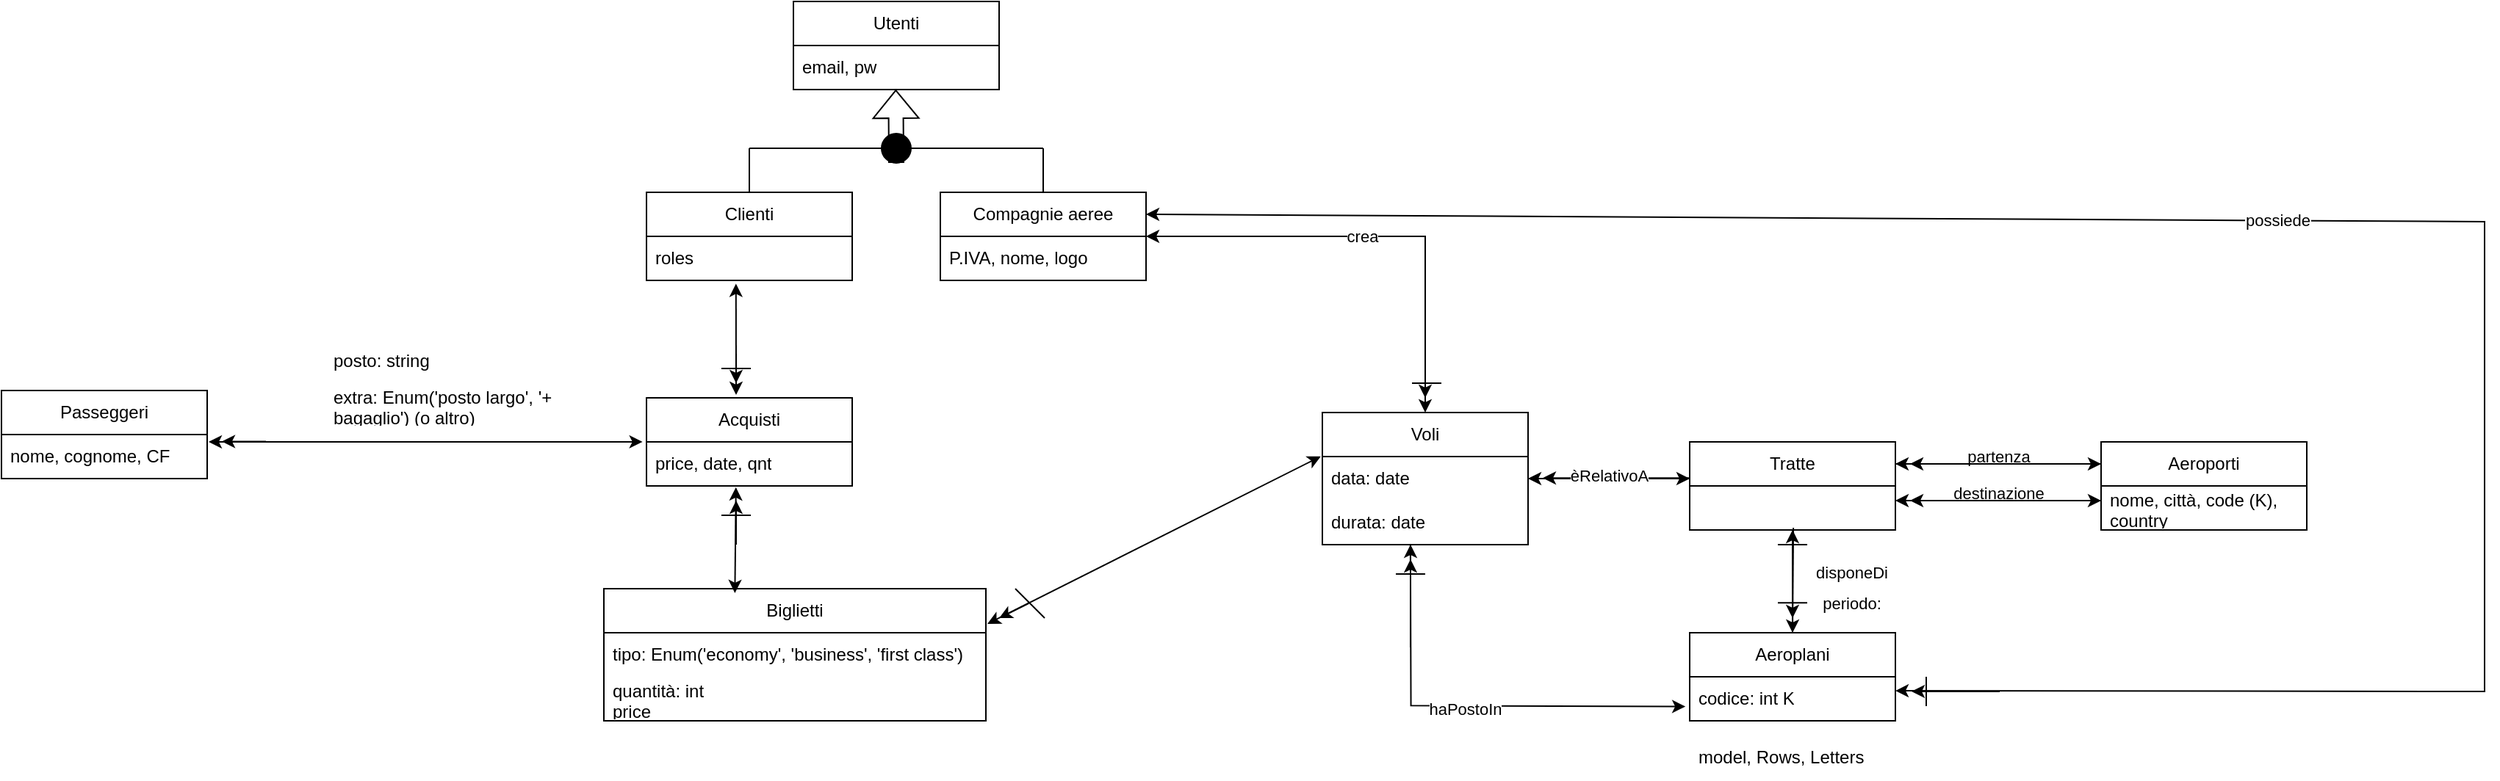
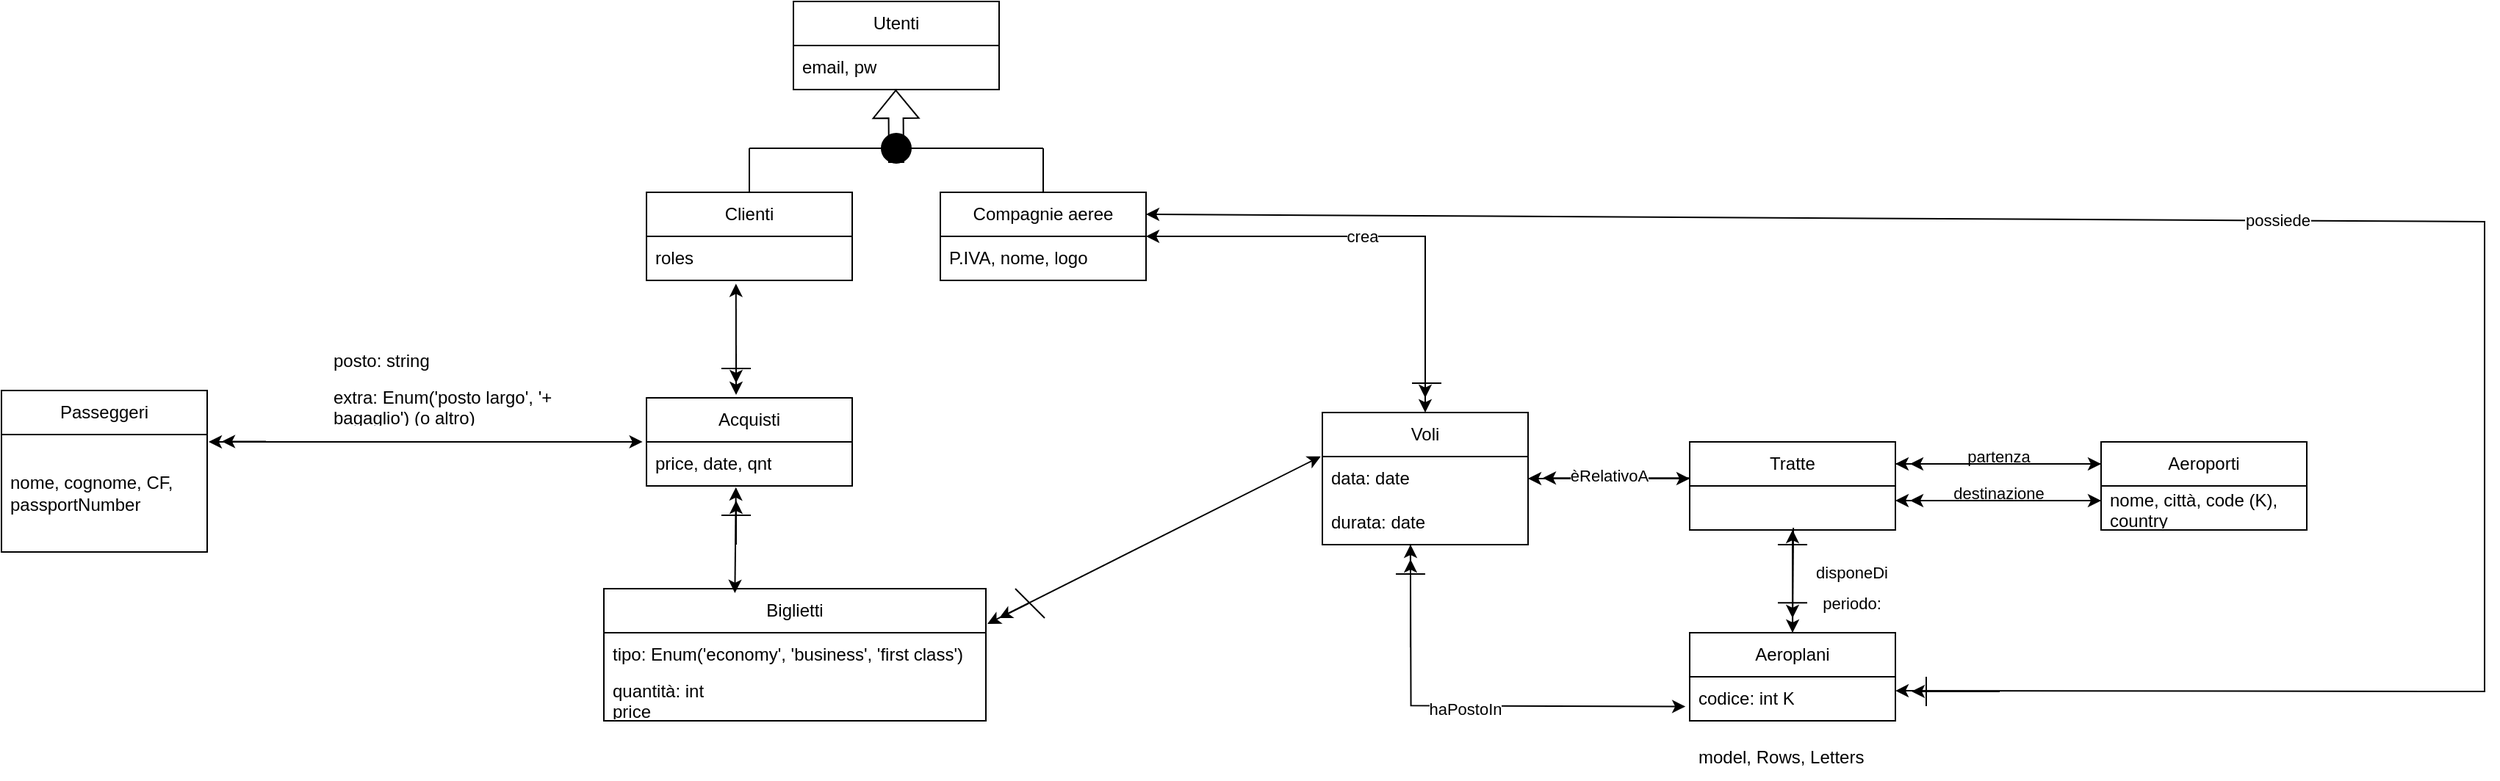
<mxfile host="65bd71144e">
    <diagram name="Pagina-1" id="Y2F9K8NCZ-bAOCw_idQH">
-         <mxGraphModel dx="2294" dy="2109" grid="1" gridSize="10" guides="1" tooltips="1" connect="1" arrows="1" fold="1" page="1" pageScale="1" pageWidth="1169" pageHeight="827" background="none" math="0" shadow="0">
+         <mxGraphModel dx="2018" dy="2403" grid="1" gridSize="10" guides="1" tooltips="1" connect="1" arrows="1" fold="1" page="1" pageScale="1" pageWidth="1169" pageHeight="827" background="none" math="0" shadow="0">
            <root>
                <mxCell id="0"/>
                <mxCell id="1" parent="0"/>
                <mxCell id="_ETjs5SsKa_0tdBlZnar-3" value="Utenti" style="swimlane;fontStyle=0;childLayout=stackLayout;horizontal=1;startSize=30;horizontalStack=0;resizeParent=1;resizeParentMax=0;resizeLast=0;collapsible=1;marginBottom=0;whiteSpace=wrap;html=1;" parent="1" vertex="1">
                    <mxGeometry x="119" y="-1600" width="140" height="60" as="geometry"/>
                </mxCell>
                <mxCell id="_ETjs5SsKa_0tdBlZnar-4" value="email, pw" style="text;strokeColor=none;fillColor=none;align=left;verticalAlign=middle;spacingLeft=4;spacingRight=4;overflow=hidden;points=[[0,0.5],[1,0.5]];portConstraint=eastwest;rotatable=0;whiteSpace=wrap;html=1;" parent="_ETjs5SsKa_0tdBlZnar-3" vertex="1">
                    <mxGeometry y="30" width="140" height="30" as="geometry"/>
                </mxCell>
                <mxCell id="_ETjs5SsKa_0tdBlZnar-15" value="Clienti" style="swimlane;fontStyle=0;childLayout=stackLayout;horizontal=1;startSize=30;horizontalStack=0;resizeParent=1;resizeParentMax=0;resizeLast=0;collapsible=1;marginBottom=0;whiteSpace=wrap;html=1;" parent="1" vertex="1">
                    <mxGeometry x="19" y="-1470" width="140" height="60" as="geometry"/>
                </mxCell>
                <mxCell id="31" value="roles" style="text;strokeColor=none;fillColor=none;align=left;verticalAlign=middle;spacingLeft=4;spacingRight=4;overflow=hidden;points=[[0,0.5],[1,0.5]];portConstraint=eastwest;rotatable=0;whiteSpace=wrap;html=1;" parent="_ETjs5SsKa_0tdBlZnar-15" vertex="1">
                    <mxGeometry y="30" width="140" height="30" as="geometry"/>
                </mxCell>
                <mxCell id="_ETjs5SsKa_0tdBlZnar-17" value="Compagnie aeree" style="swimlane;fontStyle=0;childLayout=stackLayout;horizontal=1;startSize=30;horizontalStack=0;resizeParent=1;resizeParentMax=0;resizeLast=0;collapsible=1;marginBottom=0;whiteSpace=wrap;html=1;" parent="1" vertex="1">
                    <mxGeometry x="219" y="-1470" width="140" height="60" as="geometry"/>
                </mxCell>
                <mxCell id="_ETjs5SsKa_0tdBlZnar-18" value="P.IVA, nome, logo" style="text;strokeColor=none;fillColor=none;align=left;verticalAlign=middle;spacingLeft=4;spacingRight=4;overflow=hidden;points=[[0,0.5],[1,0.5]];portConstraint=eastwest;rotatable=0;whiteSpace=wrap;html=1;" parent="_ETjs5SsKa_0tdBlZnar-17" vertex="1">
                    <mxGeometry y="30" width="140" height="30" as="geometry"/>
                </mxCell>
                <mxCell id="_ETjs5SsKa_0tdBlZnar-19" value="Tratte" style="swimlane;fontStyle=0;childLayout=stackLayout;horizontal=1;startSize=30;horizontalStack=0;resizeParent=1;resizeParentMax=0;resizeLast=0;collapsible=1;marginBottom=0;whiteSpace=wrap;html=1;" parent="1" vertex="1">
                    <mxGeometry x="729" y="-1300" width="140" height="60" as="geometry"/>
                </mxCell>
                <mxCell id="_ETjs5SsKa_0tdBlZnar-21" value="Aeroplani" style="swimlane;fontStyle=0;childLayout=stackLayout;horizontal=1;startSize=30;horizontalStack=0;resizeParent=1;resizeParentMax=0;resizeLast=0;collapsible=1;marginBottom=0;whiteSpace=wrap;html=1;" parent="1" vertex="1">
                    <mxGeometry x="729" y="-1170" width="140" height="60" as="geometry"/>
                </mxCell>
                <mxCell id="_ETjs5SsKa_0tdBlZnar-22" value="codice: int K" style="text;strokeColor=none;fillColor=none;align=left;verticalAlign=middle;spacingLeft=4;spacingRight=4;overflow=hidden;points=[[0,0.5],[1,0.5]];portConstraint=eastwest;rotatable=0;whiteSpace=wrap;html=1;" parent="_ETjs5SsKa_0tdBlZnar-21" vertex="1">
                    <mxGeometry y="30" width="140" height="30" as="geometry"/>
                </mxCell>
                <mxCell id="_ETjs5SsKa_0tdBlZnar-23" value="Aeroporti" style="swimlane;fontStyle=0;childLayout=stackLayout;horizontal=1;startSize=30;horizontalStack=0;resizeParent=1;resizeParentMax=0;resizeLast=0;collapsible=1;marginBottom=0;whiteSpace=wrap;html=1;" parent="1" vertex="1">
                    <mxGeometry x="1009" y="-1300" width="140" height="60" as="geometry"/>
                </mxCell>
                <mxCell id="_ETjs5SsKa_0tdBlZnar-24" value="nome, città, code (K), country" style="text;strokeColor=none;fillColor=none;align=left;verticalAlign=middle;spacingLeft=4;spacingRight=4;overflow=hidden;points=[[0,0.5],[1,0.5]];portConstraint=eastwest;rotatable=0;whiteSpace=wrap;html=1;" parent="_ETjs5SsKa_0tdBlZnar-23" vertex="1">
                    <mxGeometry y="30" width="140" height="30" as="geometry"/>
                </mxCell>
                <mxCell id="_ETjs5SsKa_0tdBlZnar-25" value="" style="endArrow=classic;html=1;rounded=0;exitX=1;exitY=0.25;exitDx=0;exitDy=0;entryX=0;entryY=0.25;entryDx=0;entryDy=0;" parent="1" source="_ETjs5SsKa_0tdBlZnar-19" target="_ETjs5SsKa_0tdBlZnar-23" edge="1">
                    <mxGeometry width="50" height="50" relative="1" as="geometry">
                        <mxPoint x="709" y="-1000" as="sourcePoint"/>
                        <mxPoint x="759" y="-1050" as="targetPoint"/>
                    </mxGeometry>
                </mxCell>
                <mxCell id="_ETjs5SsKa_0tdBlZnar-27" value="" style="endArrow=classic;html=1;rounded=0;entryX=1;entryY=0.25;entryDx=0;entryDy=0;exitX=0;exitY=0.25;exitDx=0;exitDy=0;" parent="1" source="_ETjs5SsKa_0tdBlZnar-23" target="_ETjs5SsKa_0tdBlZnar-19" edge="1">
                    <mxGeometry width="50" height="50" relative="1" as="geometry">
                        <mxPoint x="709" y="-1000" as="sourcePoint"/>
                        <mxPoint x="759" y="-1050" as="targetPoint"/>
                    </mxGeometry>
                </mxCell>
                <mxCell id="_ETjs5SsKa_0tdBlZnar-28" value="partenza" style="edgeLabel;html=1;align=center;verticalAlign=middle;resizable=0;points=[];" parent="_ETjs5SsKa_0tdBlZnar-27" vertex="1" connectable="0">
                    <mxGeometry x="0.0872" y="2" relative="1" as="geometry">
                        <mxPoint x="6" y="-7" as="offset"/>
                    </mxGeometry>
                </mxCell>
                <mxCell id="_ETjs5SsKa_0tdBlZnar-29" value="" style="endArrow=classic;html=1;rounded=0;exitX=0;exitY=0.25;exitDx=0;exitDy=0;" parent="1" source="_ETjs5SsKa_0tdBlZnar-23" edge="1">
                    <mxGeometry width="50" height="50" relative="1" as="geometry">
                        <mxPoint x="709" y="-1000" as="sourcePoint"/>
                        <mxPoint x="879" y="-1285" as="targetPoint"/>
                    </mxGeometry>
                </mxCell>
                <mxCell id="_ETjs5SsKa_0tdBlZnar-30" value="" style="endArrow=classic;html=1;rounded=0;entryX=1;entryY=0.25;entryDx=0;entryDy=0;exitX=0;exitY=0.25;exitDx=0;exitDy=0;" parent="1" edge="1">
                    <mxGeometry width="50" height="50" relative="1" as="geometry">
                        <mxPoint x="1009" y="-1260" as="sourcePoint"/>
                        <mxPoint x="869" y="-1260" as="targetPoint"/>
                    </mxGeometry>
                </mxCell>
                <mxCell id="_ETjs5SsKa_0tdBlZnar-31" value="destinazione" style="edgeLabel;html=1;align=center;verticalAlign=middle;resizable=0;points=[];" parent="_ETjs5SsKa_0tdBlZnar-30" vertex="1" connectable="0">
                    <mxGeometry x="0.0872" y="2" relative="1" as="geometry">
                        <mxPoint x="6" y="-7" as="offset"/>
                    </mxGeometry>
                </mxCell>
                <mxCell id="_ETjs5SsKa_0tdBlZnar-32" value="" style="endArrow=classic;html=1;rounded=0;exitX=0;exitY=0.25;exitDx=0;exitDy=0;" parent="1" edge="1">
                    <mxGeometry width="50" height="50" relative="1" as="geometry">
                        <mxPoint x="1009" y="-1260" as="sourcePoint"/>
                        <mxPoint x="879" y="-1260" as="targetPoint"/>
                    </mxGeometry>
                </mxCell>
                <mxCell id="_ETjs5SsKa_0tdBlZnar-33" value="" style="endArrow=classic;html=1;rounded=0;exitX=1.007;exitY=0.333;exitDx=0;exitDy=0;exitPerimeter=0;" parent="1" edge="1">
                    <mxGeometry width="50" height="50" relative="1" as="geometry">
                        <mxPoint x="869.9799999999998" y="-1260.0100000000002" as="sourcePoint"/>
                        <mxPoint x="1009" y="-1260" as="targetPoint"/>
                    </mxGeometry>
                </mxCell>
                <mxCell id="_ETjs5SsKa_0tdBlZnar-34" value="" style="endArrow=classic;html=1;rounded=0;exitX=0.504;exitY=0.951;exitDx=0;exitDy=0;exitPerimeter=0;entryX=0.5;entryY=0;entryDx=0;entryDy=0;" parent="1" target="_ETjs5SsKa_0tdBlZnar-21" edge="1">
                    <mxGeometry width="50" height="50" relative="1" as="geometry">
                        <mxPoint x="799.56" y="-1241.47" as="sourcePoint"/>
                        <mxPoint x="719" y="-1050" as="targetPoint"/>
                    </mxGeometry>
                </mxCell>
                <mxCell id="_ETjs5SsKa_0tdBlZnar-36" value="" style="endArrow=classic;html=1;rounded=0;" parent="1" edge="1">
                    <mxGeometry width="50" height="50" relative="1" as="geometry">
                        <mxPoint x="799" y="-1240" as="sourcePoint"/>
                        <mxPoint x="799" y="-1180" as="targetPoint"/>
                    </mxGeometry>
                </mxCell>
                <mxCell id="_ETjs5SsKa_0tdBlZnar-38" value="disponeDi" style="edgeLabel;html=1;align=center;verticalAlign=middle;resizable=0;points=[];" parent="_ETjs5SsKa_0tdBlZnar-36" vertex="1" connectable="0">
                    <mxGeometry x="-0.0573" y="1" relative="1" as="geometry">
                        <mxPoint x="39" as="offset"/>
                    </mxGeometry>
                </mxCell>
                <mxCell id="_ETjs5SsKa_0tdBlZnar-40" value="periodo:" style="edgeLabel;html=1;align=center;verticalAlign=middle;resizable=0;points=[];" parent="1" vertex="1" connectable="0">
                    <mxGeometry x="839" y="-1190.0048717948719" as="geometry"/>
                </mxCell>
                <mxCell id="_ETjs5SsKa_0tdBlZnar-41" value="" style="endArrow=classic;html=1;rounded=0;" parent="1" edge="1">
                    <mxGeometry width="50" height="50" relative="1" as="geometry">
                        <mxPoint x="799" y="-1170" as="sourcePoint"/>
                        <mxPoint x="799" y="-1240" as="targetPoint"/>
                    </mxGeometry>
                </mxCell>
                <mxCell id="_ETjs5SsKa_0tdBlZnar-42" value="Voli" style="swimlane;fontStyle=0;childLayout=stackLayout;horizontal=1;startSize=30;horizontalStack=0;resizeParent=1;resizeParentMax=0;resizeLast=0;collapsible=1;marginBottom=0;whiteSpace=wrap;html=1;" parent="1" vertex="1">
                    <mxGeometry x="479" y="-1320" width="140" height="90" as="geometry"/>
                </mxCell>
                <mxCell id="_ETjs5SsKa_0tdBlZnar-43" value="data: date" style="text;strokeColor=none;fillColor=none;align=left;verticalAlign=middle;spacingLeft=4;spacingRight=4;overflow=hidden;points=[[0,0.5],[1,0.5]];portConstraint=eastwest;rotatable=0;whiteSpace=wrap;html=1;" parent="_ETjs5SsKa_0tdBlZnar-42" vertex="1">
                    <mxGeometry y="30" width="140" height="30" as="geometry"/>
                </mxCell>
                <mxCell id="_ETjs5SsKa_0tdBlZnar-66" value="durata: date" style="text;strokeColor=none;fillColor=none;align=left;verticalAlign=middle;spacingLeft=4;spacingRight=4;overflow=hidden;points=[[0,0.5],[1,0.5]];portConstraint=eastwest;rotatable=0;whiteSpace=wrap;html=1;" parent="_ETjs5SsKa_0tdBlZnar-42" vertex="1">
                    <mxGeometry y="60" width="140" height="30" as="geometry"/>
                </mxCell>
                <mxCell id="_ETjs5SsKa_0tdBlZnar-46" value="Biglietti" style="swimlane;fontStyle=0;childLayout=stackLayout;horizontal=1;startSize=30;horizontalStack=0;resizeParent=1;resizeParentMax=0;resizeLast=0;collapsible=1;marginBottom=0;whiteSpace=wrap;html=1;" parent="1" vertex="1">
                    <mxGeometry x="-10" y="-1200" width="260" height="90" as="geometry"/>
                </mxCell>
                <mxCell id="Bv-jkNyQtQAfHgGsfsne-6" value="tipo: Enum(&#39;economy&#39;, &#39;business&#39;, &#39;first class&#39;)" style="text;strokeColor=none;fillColor=none;align=left;verticalAlign=middle;spacingLeft=4;spacingRight=4;overflow=hidden;points=[[0,0.5],[1,0.5]];portConstraint=eastwest;rotatable=0;whiteSpace=wrap;html=1;" parent="_ETjs5SsKa_0tdBlZnar-46" vertex="1">
                    <mxGeometry y="30" width="260" height="30" as="geometry"/>
                </mxCell>
                <mxCell id="21" value="quantità: int&lt;div&gt;price&lt;/div&gt;" style="text;strokeColor=none;fillColor=none;align=left;verticalAlign=middle;spacingLeft=4;spacingRight=4;overflow=hidden;points=[[0,0.5],[1,0.5]];portConstraint=eastwest;rotatable=0;whiteSpace=wrap;html=1;" parent="_ETjs5SsKa_0tdBlZnar-46" vertex="1">
                    <mxGeometry y="60" width="260" height="30" as="geometry"/>
                </mxCell>
                <mxCell id="_ETjs5SsKa_0tdBlZnar-62" value="" style="endArrow=classic;html=1;rounded=0;exitX=1;exitY=0.5;exitDx=0;exitDy=0;" parent="1" source="_ETjs5SsKa_0tdBlZnar-43" edge="1">
                    <mxGeometry width="50" height="50" relative="1" as="geometry">
                        <mxPoint x="549" y="-1210" as="sourcePoint"/>
                        <mxPoint x="729" y="-1275" as="targetPoint"/>
                    </mxGeometry>
                </mxCell>
                <mxCell id="_ETjs5SsKa_0tdBlZnar-63" value="" style="endArrow=classic;html=1;rounded=0;entryX=1;entryY=0.5;entryDx=0;entryDy=0;" parent="1" target="_ETjs5SsKa_0tdBlZnar-43" edge="1">
                    <mxGeometry width="50" height="50" relative="1" as="geometry">
                        <mxPoint x="729" y="-1275" as="sourcePoint"/>
                        <mxPoint x="549" y="-1230" as="targetPoint"/>
                    </mxGeometry>
                </mxCell>
                <mxCell id="_ETjs5SsKa_0tdBlZnar-64" value="" style="endArrow=classic;html=1;rounded=0;" parent="1" edge="1">
                    <mxGeometry width="50" height="50" relative="1" as="geometry">
                        <mxPoint x="729" y="-1275.4" as="sourcePoint"/>
                        <mxPoint x="629" y="-1275.4" as="targetPoint"/>
                    </mxGeometry>
                </mxCell>
                <mxCell id="_ETjs5SsKa_0tdBlZnar-65" value="èRelativoA" style="edgeLabel;html=1;align=center;verticalAlign=middle;resizable=0;points=[];" parent="_ETjs5SsKa_0tdBlZnar-64" vertex="1" connectable="0">
                    <mxGeometry x="0.0974" y="-2" relative="1" as="geometry">
                        <mxPoint as="offset"/>
                    </mxGeometry>
                </mxCell>
                <mxCell id="_ETjs5SsKa_0tdBlZnar-67" value="" style="shape=flexArrow;endArrow=classic;html=1;rounded=0;exitX=0.5;exitY=1;exitDx=0;exitDy=0;" parent="1" source="_ETjs5SsKa_0tdBlZnar-71" edge="1">
                    <mxGeometry width="50" height="50" relative="1" as="geometry">
                        <mxPoint x="189" y="-1500" as="sourcePoint"/>
                        <mxPoint x="188.67000000000002" y="-1540" as="targetPoint"/>
                    </mxGeometry>
                </mxCell>
                <mxCell id="_ETjs5SsKa_0tdBlZnar-68" value="" style="endArrow=none;html=1;rounded=0;" parent="1" source="_ETjs5SsKa_0tdBlZnar-71" edge="1">
                    <mxGeometry width="50" height="50" relative="1" as="geometry">
                        <mxPoint x="89" y="-1500" as="sourcePoint"/>
                        <mxPoint x="289" y="-1500" as="targetPoint"/>
                    </mxGeometry>
                </mxCell>
                <mxCell id="_ETjs5SsKa_0tdBlZnar-69" value="" style="endArrow=none;html=1;rounded=0;entryX=0.5;entryY=0;entryDx=0;entryDy=0;" parent="1" target="_ETjs5SsKa_0tdBlZnar-15" edge="1">
                    <mxGeometry width="50" height="50" relative="1" as="geometry">
                        <mxPoint x="89" y="-1500" as="sourcePoint"/>
                        <mxPoint x="299" y="-1490" as="targetPoint"/>
                    </mxGeometry>
                </mxCell>
                <mxCell id="_ETjs5SsKa_0tdBlZnar-70" value="" style="endArrow=none;html=1;rounded=0;entryX=0.5;entryY=0;entryDx=0;entryDy=0;" parent="1" target="_ETjs5SsKa_0tdBlZnar-17" edge="1">
                    <mxGeometry width="50" height="50" relative="1" as="geometry">
                        <mxPoint x="289" y="-1500" as="sourcePoint"/>
                        <mxPoint x="309" y="-1480" as="targetPoint"/>
                    </mxGeometry>
                </mxCell>
                <mxCell id="_ETjs5SsKa_0tdBlZnar-73" value="" style="shape=flexArrow;endArrow=classic;html=1;rounded=0;" parent="1" target="_ETjs5SsKa_0tdBlZnar-71" edge="1">
                    <mxGeometry width="50" height="50" relative="1" as="geometry">
                        <mxPoint x="189" y="-1500" as="sourcePoint"/>
                        <mxPoint x="188.67000000000002" y="-1540" as="targetPoint"/>
                    </mxGeometry>
                </mxCell>
                <mxCell id="_ETjs5SsKa_0tdBlZnar-74" value="" style="endArrow=none;html=1;rounded=0;" parent="1" target="_ETjs5SsKa_0tdBlZnar-71" edge="1">
                    <mxGeometry width="50" height="50" relative="1" as="geometry">
                        <mxPoint x="89" y="-1500" as="sourcePoint"/>
                        <mxPoint x="289" y="-1500" as="targetPoint"/>
                    </mxGeometry>
                </mxCell>
                <mxCell id="_ETjs5SsKa_0tdBlZnar-71" value="" style="ellipse;whiteSpace=wrap;html=1;aspect=fixed;strokeColor=#000000;fillColor=#000000;" parent="1" vertex="1">
                    <mxGeometry x="179" y="-1510" width="20" height="20" as="geometry"/>
                </mxCell>
                <mxCell id="_ETjs5SsKa_0tdBlZnar-85" value="" style="endArrow=classic;html=1;rounded=0;exitX=0.426;exitY=1.011;exitDx=0;exitDy=0;exitPerimeter=0;entryX=-0.021;entryY=0.675;entryDx=0;entryDy=0;entryPerimeter=0;" parent="1" target="_ETjs5SsKa_0tdBlZnar-22" edge="1">
                    <mxGeometry width="50" height="50" relative="1" as="geometry">
                        <mxPoint x="538.92" y="-1230" as="sourcePoint"/>
                        <mxPoint x="729" y="-1118.67" as="targetPoint"/>
                        <Array as="points">
                            <mxPoint x="539.28" y="-1120.33"/>
                        </Array>
                    </mxGeometry>
                </mxCell>
                <mxCell id="_ETjs5SsKa_0tdBlZnar-86" value="haPostoIn" style="edgeLabel;html=1;align=center;verticalAlign=middle;resizable=0;points=[];" parent="_ETjs5SsKa_0tdBlZnar-85" vertex="1" connectable="0">
                    <mxGeometry x="-0.0113" y="-2" relative="1" as="geometry">
                        <mxPoint as="offset"/>
                    </mxGeometry>
                </mxCell>
                <mxCell id="_ETjs5SsKa_0tdBlZnar-88" value="" style="endArrow=classic;html=1;rounded=0;" parent="1" edge="1">
                    <mxGeometry width="50" height="50" relative="1" as="geometry">
                        <mxPoint x="539" y="-1170" as="sourcePoint"/>
                        <mxPoint x="539" y="-1230" as="targetPoint"/>
                    </mxGeometry>
                </mxCell>
                <mxCell id="_ETjs5SsKa_0tdBlZnar-89" value="" style="endArrow=classic;html=1;rounded=0;" parent="1" edge="1">
                    <mxGeometry width="50" height="50" relative="1" as="geometry">
                        <mxPoint x="539" y="-1160" as="sourcePoint"/>
                        <mxPoint x="539" y="-1220" as="targetPoint"/>
                    </mxGeometry>
                </mxCell>
                <mxCell id="EdjyHUfcLkRTV670vATM-8" value="" style="endArrow=none;html=1;rounded=0;" parent="1" edge="1">
                    <mxGeometry width="50" height="50" relative="1" as="geometry">
                        <mxPoint x="529" y="-1210" as="sourcePoint"/>
                        <mxPoint x="549" y="-1210" as="targetPoint"/>
                    </mxGeometry>
                </mxCell>
                <mxCell id="EdjyHUfcLkRTV670vATM-9" value="" style="endArrow=none;html=1;rounded=0;" parent="1" edge="1">
                    <mxGeometry width="50" height="50" relative="1" as="geometry">
                        <mxPoint x="809" y="-1230" as="sourcePoint"/>
                        <mxPoint x="789" y="-1230" as="targetPoint"/>
                    </mxGeometry>
                </mxCell>
                <mxCell id="EdjyHUfcLkRTV670vATM-10" value="" style="endArrow=none;html=1;rounded=0;" parent="1" edge="1">
                    <mxGeometry width="50" height="50" relative="1" as="geometry">
                        <mxPoint x="809" y="-1190.3400000000001" as="sourcePoint"/>
                        <mxPoint x="789" y="-1190.3400000000001" as="targetPoint"/>
                    </mxGeometry>
                </mxCell>
                <mxCell id="EdjyHUfcLkRTV670vATM-13" value="" style="endArrow=classic;startArrow=classic;html=1;rounded=0;exitX=1;exitY=0.5;exitDx=0;exitDy=0;entryX=0.5;entryY=0;entryDx=0;entryDy=0;" parent="1" source="_ETjs5SsKa_0tdBlZnar-17" target="_ETjs5SsKa_0tdBlZnar-42" edge="1">
                    <mxGeometry width="50" height="50" relative="1" as="geometry">
                        <mxPoint x="620" y="-1330" as="sourcePoint"/>
                        <mxPoint x="670" y="-1380" as="targetPoint"/>
                        <Array as="points">
                            <mxPoint x="549" y="-1440"/>
                        </Array>
                    </mxGeometry>
                </mxCell>
                <mxCell id="EdjyHUfcLkRTV670vATM-15" value="crea" style="edgeLabel;html=1;align=center;verticalAlign=middle;resizable=0;points=[];" parent="EdjyHUfcLkRTV670vATM-13" connectable="0" vertex="1">
                    <mxGeometry x="-0.0562" relative="1" as="geometry">
                        <mxPoint as="offset"/>
                    </mxGeometry>
                </mxCell>
                <mxCell id="EdjyHUfcLkRTV670vATM-14" value="" style="endArrow=classic;html=1;rounded=0;" parent="1" edge="1">
                    <mxGeometry width="50" height="50" relative="1" as="geometry">
                        <mxPoint x="549" y="-1410" as="sourcePoint"/>
                        <mxPoint x="549" y="-1330" as="targetPoint"/>
                    </mxGeometry>
                </mxCell>
                <mxCell id="EdjyHUfcLkRTV670vATM-16" value="" style="endArrow=none;html=1;rounded=0;" parent="1" edge="1">
                    <mxGeometry width="50" height="50" relative="1" as="geometry">
                        <mxPoint x="540" y="-1340" as="sourcePoint"/>
                        <mxPoint x="560" y="-1340" as="targetPoint"/>
                    </mxGeometry>
                </mxCell>
                <mxCell id="11" value="Passeggeri" style="swimlane;fontStyle=0;childLayout=stackLayout;horizontal=1;startSize=30;horizontalStack=0;resizeParent=1;resizeParentMax=0;resizeLast=0;collapsible=1;marginBottom=0;whiteSpace=wrap;html=1;" parent="1" vertex="1">
-                     <mxGeometry x="-420" y="-1335" width="140" height="60" as="geometry"/>
-                 </mxCell>
-                 <mxCell id="12" value="&lt;span style=&quot;color: rgb(0, 0, 0);&quot;&gt;nome, cognome, CF&lt;/span&gt;" style="text;strokeColor=none;fillColor=none;align=left;verticalAlign=middle;spacingLeft=4;spacingRight=4;overflow=hidden;points=[[0,0.5],[1,0.5]];portConstraint=eastwest;rotatable=0;whiteSpace=wrap;html=1;" parent="11" vertex="1">
-                     <mxGeometry y="30" width="140" height="30" as="geometry"/>
+                     <mxGeometry x="-420" y="-1335" width="140" height="110" as="geometry"/>
+                 </mxCell>
+                 <mxCell id="12" value="&lt;span style=&quot;color: rgb(0, 0, 0);&quot;&gt;nome, cognome, CF, passportNumber&lt;/span&gt;" style="text;strokeColor=none;fillColor=none;align=left;verticalAlign=middle;spacingLeft=4;spacingRight=4;overflow=hidden;points=[[0,0.5],[1,0.5]];portConstraint=eastwest;rotatable=0;whiteSpace=wrap;html=1;" parent="11" vertex="1">
+                     <mxGeometry y="30" width="140" height="80" as="geometry"/>
                </mxCell>
                <mxCell id="EdjyHUfcLkRTV670vATM-5" value="posto: string" style="text;strokeColor=none;fillColor=none;align=left;verticalAlign=middle;spacingLeft=4;spacingRight=4;overflow=hidden;points=[[0,0.5],[1,0.5]];portConstraint=eastwest;rotatable=0;whiteSpace=wrap;html=1;" parent="1" vertex="1">
                    <mxGeometry x="-200" y="-1370" width="80" height="30" as="geometry"/>
                </mxCell>
                <mxCell id="_ETjs5SsKa_0tdBlZnar-47" value="extra: Enum(&#39;posto largo&#39;, &#39;+ bagaglio&#39;) (o altro)" style="text;strokeColor=none;fillColor=none;align=left;verticalAlign=middle;spacingLeft=4;spacingRight=4;overflow=hidden;points=[[0,0.5],[1,0.5]];portConstraint=eastwest;rotatable=0;whiteSpace=wrap;html=1;" parent="1" vertex="1">
                    <mxGeometry x="-200" y="-1340" width="160" height="30" as="geometry"/>
                </mxCell>
                <mxCell id="22" value="model, Rows, Letters" style="text;strokeColor=none;fillColor=none;align=left;verticalAlign=middle;spacingLeft=4;spacingRight=4;overflow=hidden;points=[[0,0.5],[1,0.5]];portConstraint=eastwest;rotatable=0;whiteSpace=wrap;html=1;" parent="1" vertex="1">
                    <mxGeometry x="729" y="-1100" width="140" height="30" as="geometry"/>
                </mxCell>
                <mxCell id="23" value="" style="endArrow=classic;startArrow=classic;html=1;rounded=0;exitX=1;exitY=0.25;exitDx=0;exitDy=0;entryX=1;entryY=0.317;entryDx=0;entryDy=0;entryPerimeter=0;" parent="1" source="_ETjs5SsKa_0tdBlZnar-17" target="_ETjs5SsKa_0tdBlZnar-22" edge="1">
                    <mxGeometry width="50" height="50" relative="1" as="geometry">
                        <mxPoint x="584" y="-1540" as="sourcePoint"/>
                        <mxPoint x="774" y="-1420" as="targetPoint"/>
                        <Array as="points">
                            <mxPoint x="1270" y="-1450"/>
                            <mxPoint x="1270" y="-1130"/>
                        </Array>
                    </mxGeometry>
                </mxCell>
                <mxCell id="24" value="possiede" style="edgeLabel;html=1;align=center;verticalAlign=middle;resizable=0;points=[];" parent="23" connectable="0" vertex="1">
                    <mxGeometry x="-0.0562" relative="1" as="geometry">
                        <mxPoint as="offset"/>
                    </mxGeometry>
                </mxCell>
                <mxCell id="26" value="" style="endArrow=classic;html=1;rounded=0;" parent="1" edge="1">
                    <mxGeometry width="50" height="50" relative="1" as="geometry">
                        <mxPoint x="940" y="-1130" as="sourcePoint"/>
                        <mxPoint x="880" y="-1130" as="targetPoint"/>
                    </mxGeometry>
                </mxCell>
                <mxCell id="27" value="" style="endArrow=none;html=1;rounded=0;" parent="1" edge="1">
                    <mxGeometry width="50" height="50" relative="1" as="geometry">
                        <mxPoint x="890" y="-1140" as="sourcePoint"/>
                        <mxPoint x="890" y="-1120" as="targetPoint"/>
                    </mxGeometry>
                </mxCell>
-                 <mxCell id="39" value="Acquisti" style="swimlane;fontStyle=0;childLayout=stackLayout;horizontal=1;startSize=30;horizontalStack=0;resizeParent=1;resizeParentMax=0;resizeLast=0;collapsible=1;marginBottom=0;whiteSpace=wrap;html=1;" vertex="1" parent="1">
+                 <mxCell id="39" value="Acquisti" style="swimlane;fontStyle=0;childLayout=stackLayout;horizontal=1;startSize=30;horizontalStack=0;resizeParent=1;resizeParentMax=0;resizeLast=0;collapsible=1;marginBottom=0;whiteSpace=wrap;html=1;" parent="1" vertex="1">
                    <mxGeometry x="19" y="-1330" width="140" height="60" as="geometry"/>
                </mxCell>
-                 <mxCell id="40" value="price, date, qnt" style="text;strokeColor=none;fillColor=none;align=left;verticalAlign=middle;spacingLeft=4;spacingRight=4;overflow=hidden;points=[[0,0.5],[1,0.5]];portConstraint=eastwest;rotatable=0;whiteSpace=wrap;html=1;" vertex="1" parent="39">
-                     <mxGeometry y="30" width="140" height="30" as="geometry"/>
-                 </mxCell>
-                 <mxCell id="41" value="" style="endArrow=classic;startArrow=classic;html=1;entryX=0.435;entryY=1.074;entryDx=0;entryDy=0;entryPerimeter=0;" edge="1" parent="1" target="31">
+                 <mxCell id="40" value="price, date, qnt" style="text;strokeColor=none;fillColor=none;align=left;verticalAlign=middle;spacingLeft=4;spacingRight=4;overflow=hidden;points=[[0,0.5],[1,0.5]];portConstraint=eastwest;rotatable=0;whiteSpace=wrap;html=1;" parent="39" vertex="1">
+                     <mxGeometry y="30" width="140" height="30" as="geometry"/>
+                 </mxCell>
+                 <mxCell id="41" value="" style="endArrow=classic;startArrow=classic;html=1;entryX=0.435;entryY=1.074;entryDx=0;entryDy=0;entryPerimeter=0;" parent="1" target="31" edge="1">
                    <mxGeometry width="50" height="50" relative="1" as="geometry">
                        <mxPoint x="80" y="-1332" as="sourcePoint"/>
                        <mxPoint x="380" y="-1310" as="targetPoint"/>
                    </mxGeometry>
                </mxCell>
-                 <mxCell id="42" value="" style="endArrow=classic;html=1;" edge="1" parent="1">
+                 <mxCell id="42" value="" style="endArrow=classic;html=1;" parent="1" edge="1">
                    <mxGeometry width="50" height="50" relative="1" as="geometry">
                        <mxPoint x="80" y="-1360" as="sourcePoint"/>
                        <mxPoint x="80" y="-1340" as="targetPoint"/>
                    </mxGeometry>
                </mxCell>
-                 <mxCell id="43" value="" style="endArrow=none;html=1;" edge="1" parent="1">
+                 <mxCell id="43" value="" style="endArrow=none;html=1;" parent="1" edge="1">
                    <mxGeometry width="50" height="50" relative="1" as="geometry">
                        <mxPoint x="70" y="-1350" as="sourcePoint"/>
                        <mxPoint x="90" y="-1350" as="targetPoint"/>
                    </mxGeometry>
                </mxCell>
-                 <mxCell id="44" value="" style="endArrow=classic;startArrow=classic;html=1;entryX=0.435;entryY=1.031;entryDx=0;entryDy=0;entryPerimeter=0;exitX=0.343;exitY=0.033;exitDx=0;exitDy=0;exitPerimeter=0;" edge="1" parent="1" source="_ETjs5SsKa_0tdBlZnar-46" target="40">
+                 <mxCell id="44" value="" style="endArrow=classic;startArrow=classic;html=1;entryX=0.435;entryY=1.031;entryDx=0;entryDy=0;entryPerimeter=0;exitX=0.343;exitY=0.033;exitDx=0;exitDy=0;exitPerimeter=0;" parent="1" source="_ETjs5SsKa_0tdBlZnar-46" target="40" edge="1">
                    <mxGeometry width="50" height="50" relative="1" as="geometry">
                        <mxPoint x="230" y="-1250" as="sourcePoint"/>
                        <mxPoint x="280" y="-1300" as="targetPoint"/>
                    </mxGeometry>
                </mxCell>
-                 <mxCell id="45" value="" style="endArrow=classic;html=1;" edge="1" parent="1">
+                 <mxCell id="45" value="" style="endArrow=classic;html=1;" parent="1" edge="1">
                    <mxGeometry width="50" height="50" relative="1" as="geometry">
                        <mxPoint x="80" y="-1230" as="sourcePoint"/>
                        <mxPoint x="80" y="-1260" as="targetPoint"/>
                    </mxGeometry>
                </mxCell>
-                 <mxCell id="46" value="" style="endArrow=none;html=1;" edge="1" parent="1">
+                 <mxCell id="46" value="" style="endArrow=none;html=1;" parent="1" edge="1">
                    <mxGeometry width="50" height="50" relative="1" as="geometry">
                        <mxPoint x="70" y="-1250" as="sourcePoint"/>
                        <mxPoint x="90" y="-1250" as="targetPoint"/>
                    </mxGeometry>
                </mxCell>
-                 <mxCell id="47" value="" style="endArrow=classic;startArrow=classic;html=1;entryX=-0.008;entryY=-0.003;entryDx=0;entryDy=0;entryPerimeter=0;exitX=1.004;exitY=0.266;exitDx=0;exitDy=0;exitPerimeter=0;" edge="1" parent="1" source="_ETjs5SsKa_0tdBlZnar-46" target="_ETjs5SsKa_0tdBlZnar-43">
+                 <mxCell id="47" value="" style="endArrow=classic;startArrow=classic;html=1;entryX=-0.008;entryY=-0.003;entryDx=0;entryDy=0;entryPerimeter=0;exitX=1.004;exitY=0.266;exitDx=0;exitDy=0;exitPerimeter=0;" parent="1" source="_ETjs5SsKa_0tdBlZnar-46" target="_ETjs5SsKa_0tdBlZnar-43" edge="1">
                    <mxGeometry width="50" height="50" relative="1" as="geometry">
                        <mxPoint x="160" y="-1290" as="sourcePoint"/>
                        <mxPoint x="500" y="-1310" as="targetPoint"/>
                    </mxGeometry>
                </mxCell>
-                 <mxCell id="48" value="" style="endArrow=classic;html=1;" edge="1" parent="1">
+                 <mxCell id="48" value="" style="endArrow=classic;html=1;" parent="1" edge="1">
                    <mxGeometry width="50" height="50" relative="1" as="geometry">
                        <mxPoint x="279" y="-1190" as="sourcePoint"/>
                        <mxPoint x="259" y="-1180" as="targetPoint"/>
                    </mxGeometry>
                </mxCell>
-                 <mxCell id="49" value="" style="endArrow=none;html=1;" edge="1" parent="1">
+                 <mxCell id="49" value="" style="endArrow=none;html=1;" parent="1" edge="1">
                    <mxGeometry width="50" height="50" relative="1" as="geometry">
                        <mxPoint x="290" y="-1180" as="sourcePoint"/>
                        <mxPoint x="270" y="-1200" as="targetPoint"/>
                    </mxGeometry>
                </mxCell>
-                 <mxCell id="50" value="" style="endArrow=classic;startArrow=classic;html=1;entryX=-0.019;entryY=-0.002;entryDx=0;entryDy=0;entryPerimeter=0;" edge="1" parent="1" target="40">
+                 <mxCell id="50" value="" style="endArrow=classic;startArrow=classic;html=1;entryX=-0.019;entryY=-0.002;entryDx=0;entryDy=0;entryPerimeter=0;" parent="1" target="40" edge="1">
                    <mxGeometry width="50" height="50" relative="1" as="geometry">
                        <mxPoint x="-279" y="-1300" as="sourcePoint"/>
                        <mxPoint x="170" y="-1280" as="targetPoint"/>
                    </mxGeometry>
                </mxCell>
-                 <mxCell id="51" value="" style="endArrow=classic;html=1;" edge="1" parent="1">
+                 <mxCell id="51" value="" style="endArrow=classic;html=1;" parent="1" edge="1">
                    <mxGeometry width="50" height="50" relative="1" as="geometry">
                        <mxPoint x="-240" y="-1300.29" as="sourcePoint"/>
                        <mxPoint x="-270" y="-1300.29" as="targetPoint"/>
                    </mxGeometry>
                </mxCell>
            </root>
        </mxGraphModel>
    </diagram>
</mxfile>